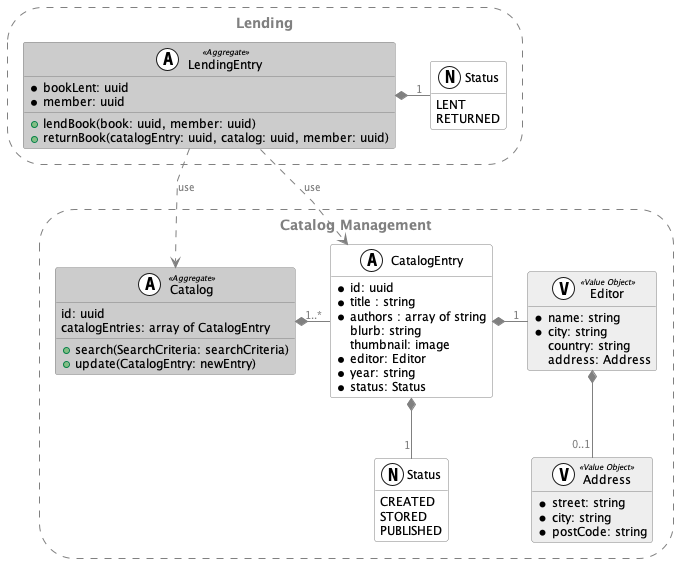
This is TacticalDesign/Library/LibraryCatalogManagementAndLending.png from Grinseteddy/MasteringDdd, a PlantUML export, as it was before one commit.
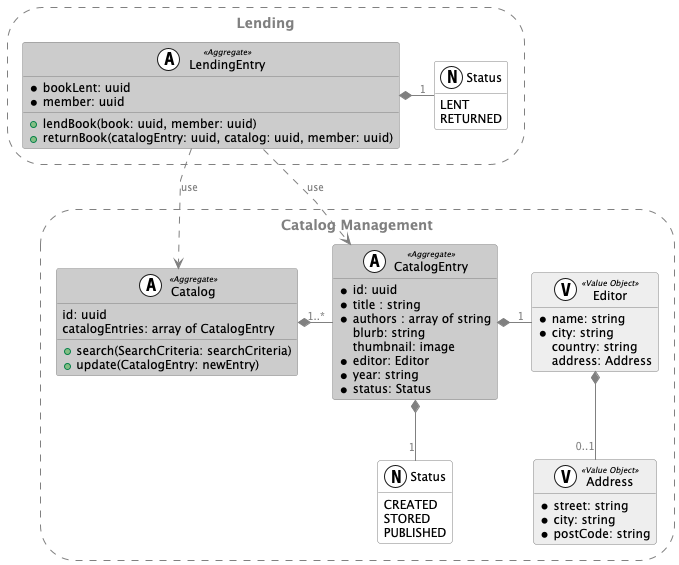
The same diagram one commit later.

Change to the diagram source:
```diff
@@ -58,7 +58,7 @@
         + update(CatalogEntry: newEntry)
     }
 
-    class "CatalogEntry" as catalogEntry <<A, #FFFFFF>> {
+    class "CatalogEntry" as catalogEntry <<(A, #FFFFFF) Aggregate>> {
         * id: uuid
         * title : string
         * authors : array of string
```
